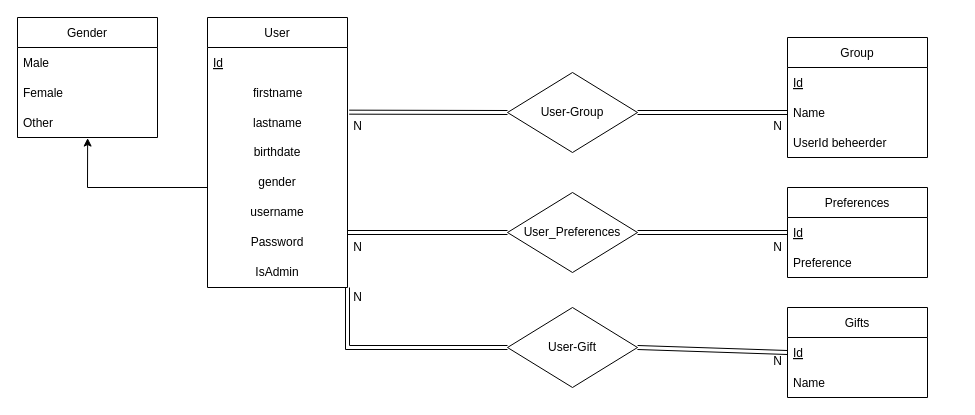
The draw.io diagram diagrams/GiftTracker-databasediagram.drawio in Brentdpw/GiftTracker, before the edit. Source tidied: cells renumbered, new cells numbered last; positions are measured from the earlier drawing's top-left corner, leaving out a move shared by most shapes. Both pictures are drawn from the tidied source at 100%, with x=0, y=0 at pixel (17, 17).
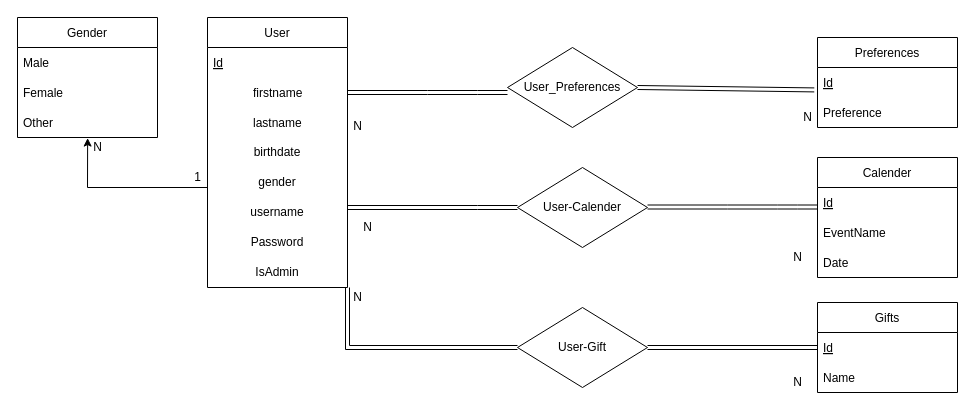
Above is the later version.

Commit message (it also covers changes not shown here):
aanpassing database diagram

The change refers to these unchanged cells:
```xml
<mxCell id="3" value="N" style="text;html=1;align=center;verticalAlign=middle;points=[];strokeColor=none;fillColor=none;" parent="1" vertex="1">
  <mxGeometry x="330" y="99" width="20" height="20" as="geometry" />
</mxCell>
<mxCell id="13" value="            firstname" style="text;strokeColor=none;fillColor=none;align=left;verticalAlign=middle;spacingLeft=4;spacingRight=4;overflow=hidden;points=[[0,0.5],[1,0.5]];portConstraint=eastwest;" parent="11" vertex="1">
  <mxGeometry y="60" width="140" height="30" as="geometry" />
</mxCell>
<mxCell id="19" value="IsAdmin" style="text;html=1;strokeColor=none;fillColor=none;align=center;verticalAlign=middle;whiteSpace=wrap;rounded=0;" parent="11" vertex="1">
  <mxGeometry y="240" width="140" height="30" as="geometry" />
</mxCell>
<mxCell id="30" value="Id" style="text;strokeColor=none;fillColor=none;align=left;verticalAlign=middle;spacingLeft=4;spacingRight=4;overflow=hidden;points=[[0,0.5],[1,0.5]];portConstraint=eastwest;fontStyle=4;" parent="29" vertex="1">
  <mxGeometry y="30" width="140" height="30" as="geometry" />
</mxCell>
```

Diff of the diagram source:
```diff
@@
-    <mxCell id="2" style="endArrow=none;html=1;rounded=0;strokeColor=default;shape=link;entryX=0;entryY=0.5;entryDx=0;entryDy=0;exitX=0.083;exitY=-0.217;exitDx=0;exitDy=0;exitPerimeter=0;" parent="1" edge="1" source="3" target="4">
-      <mxGeometry relative="1" as="geometry" />
-    </mxCell>
@@
-    <mxCell id="4" value="User-Group" style="rhombus;whiteSpace=wrap;html=1;" parent="1" vertex="1">
-      <mxGeometry x="490" y="55" width="130" height="80" as="geometry" />
-    </mxCell>
-    <mxCell id="5" style="endArrow=none;html=1;rounded=0;strokeColor=default;shape=link;entryX=0;entryY=0.5;entryDx=0;entryDy=0;exitX=1;exitY=0.5;exitDx=0;exitDy=0;" parent="1" edge="1" source="4" target="27">
-      <mxGeometry relative="1" as="geometry" />
-    </mxCell>
-    <mxCell id="6" value="N" style="text;html=1;align=center;verticalAlign=middle;strokeColor=none;fillColor=none;" parent="1" vertex="1">
-      <mxGeometry x="750" y="99" width="20" height="20" as="geometry" />
-    </mxCell>
     <mxCell id="7" value="User_Preferences" style="rhombus;whiteSpace=wrap;html=1;" parent="1" vertex="1">
-      <mxGeometry x="490" y="175" width="130" height="80" as="geometry" />
+      <mxGeometry x="490" y="30" width="130" height="80" as="geometry" />
     </mxCell>
-    <mxCell id="8" value="N" style="text;html=1;align=center;verticalAlign=middle;strokeColor=none;fillColor=none;" parent="1" vertex="1">
-      <mxGeometry x="330" y="220" width="20" height="20" as="geometry" />
-    </mxCell>
-    <mxCell id="9" style="endArrow=none;html=1;rounded=0;strokeColor=default;shape=link;entryX=0;entryY=0.5;entryDx=0;entryDy=0;exitX=1;exitY=0.5;exitDx=0;exitDy=0;" parent="1" edge="1" source="7" target="30">
+    <mxCell id="9" style="endArrow=none;html=1;rounded=0;strokeColor=default;shape=link;exitX=1;exitY=0.5;exitDx=0;exitDy=0;entryX=-0.023;entryY=0.747;entryDx=0;entryDy=0;entryPerimeter=0;" parent="1" edge="1" source="7" target="30">
       <mxGeometry relative="1" as="geometry" />
     </mxCell>
     <mxCell id="10" value="N" style="text;html=1;align=center;verticalAlign=middle;strokeColor=none;fillColor=none;" parent="1" vertex="1">
-      <mxGeometry x="750" y="220" width="20" height="20" as="geometry" />
+      <mxGeometry x="780" y="90" width="20" height="20" as="geometry" />
     </mxCell>
@@
-    <mxCell id="25" value="Group" style="swimlane;fontStyle=0;horizontal=1;startSize=30;" parent="1" vertex="1">
-      <mxGeometry x="770" y="20" width="140" height="120" as="geometry" />
-    </mxCell>
-    <mxCell id="26" value="Id" style="text;strokeColor=none;fillColor=none;align=left;verticalAlign=middle;spacingLeft=4;spacingRight=4;overflow=hidden;fontStyle=4;" parent="25" vertex="1">
-      <mxGeometry y="30" width="140" height="30" as="geometry" />
-    </mxCell>
-    <mxCell id="27" value="Name" style="text;strokeColor=none;fillColor=none;align=left;verticalAlign=middle;spacingLeft=4;spacingRight=4;overflow=hidden;points=[[0,0.5],[1,0.5]];portConstraint=eastwest;" parent="25" vertex="1">
-      <mxGeometry y="60" width="140" height="30" as="geometry" />
-    </mxCell>
-    <mxCell id="28" value="UserId beheerder" style="text;strokeColor=none;fillColor=none;align=left;verticalAlign=middle;spacingLeft=4;spacingRight=4;overflow=hidden;" parent="25" vertex="1">
-      <mxGeometry y="90" width="140" height="30" as="geometry" />
-    </mxCell>
     <mxCell id="29" value="Preferences" style="swimlane;fontStyle=0;horizontal=1;startSize=30;" parent="1" vertex="1">
-      <mxGeometry x="770" y="170" width="140" height="90" as="geometry" />
+      <mxGeometry x="800" y="20" width="140" height="90" as="geometry" />
     </mxCell>
@@
-    <mxCell id="32" style="endArrow=none;html=1;rounded=0;shape=link;entryX=0;entryY=0.5;entryDx=0;entryDy=0;" parent="1" edge="1" target="7">
+    <mxCell id="32" style="endArrow=none;html=1;rounded=0;shape=link;exitX=1;exitY=0.5;exitDx=0;exitDy=0;" parent="1" edge="1" source="13">
       <mxGeometry relative="1" as="geometry">
-        <mxPoint x="330" y="215" as="sourcePoint" />
+        <mxPoint x="490" y="75" as="targetPoint" />
+        <Array as="points">
+          <mxPoint x="410" y="75" />
+          <mxPoint x="460" y="75" />
+        </Array>
       </mxGeometry>
     </mxCell>
-    <mxCell id="33" style="endArrow=none;html=1;rounded=0;strokeColor=default;shape=link;entryX=0;entryY=0.5;entryDx=0;entryDy=0;exitX=1;exitY=1;exitDx=0;exitDy=0;" parent="1" edge="1" source="19" target="34">
+    <mxCell id="33" style="endArrow=none;html=1;rounded=0;strokeColor=default;shape=link;exitX=1;exitY=1;exitDx=0;exitDy=0;" parent="1" edge="1" source="19" target="34">
       <mxGeometry relative="1" as="geometry">
         <Array as="points">
           <mxPoint x="330" y="330" />
         </Array>
       </mxGeometry>
     </mxCell>
     <mxCell id="34" value="User-Gift" style="rhombus;whiteSpace=wrap;html=1;" parent="1" vertex="1">
-      <mxGeometry x="490" y="290" width="130" height="80" as="geometry" />
+      <mxGeometry x="500" y="290" width="130" height="80" as="geometry" />
     </mxCell>
@@
     <mxCell id="36" value="N" style="text;html=1;align=center;verticalAlign=middle;strokeColor=none;fillColor=none;" parent="1" vertex="1">
-      <mxGeometry x="750" y="334" width="20" height="20" as="geometry" />
+      <mxGeometry x="770" y="355" width="20" height="20" as="geometry" />
     </mxCell>
     <mxCell id="37" value="Gifts" style="swimlane;fontStyle=0;horizontal=1;startSize=30;" parent="1" vertex="1">
-      <mxGeometry x="770" y="290" width="140" height="90" as="geometry" />
+      <mxGeometry x="800" y="285" width="140" height="90" as="geometry" />
     </mxCell>
@@
+    <mxCell id="41" value="User-Calender" style="rhombus;whiteSpace=wrap;html=1;" parent="1" vertex="1">
+      <mxGeometry x="500" y="150" width="130" height="80" as="geometry" />
+    </mxCell>
+    <mxCell id="42" style="endArrow=none;html=1;rounded=0;shape=link;exitX=1;exitY=0.5;exitDx=0;exitDy=0;" parent="1" edge="1">
+      <mxGeometry relative="1" as="geometry">
+        <mxPoint x="330" y="190" as="sourcePoint" />
+        <mxPoint x="500" y="190" as="targetPoint" />
+        <Array as="points">
+          <mxPoint x="460" y="190" />
+        </Array>
+      </mxGeometry>
+    </mxCell>
+    <mxCell id="43" style="endArrow=none;html=1;rounded=0;shape=link;exitX=1;exitY=0.5;exitDx=0;exitDy=0;" parent="1" edge="1">
+      <mxGeometry relative="1" as="geometry">
+        <mxPoint x="630" y="189.5" as="sourcePoint" />
+        <mxPoint x="800" y="189.5" as="targetPoint" />
+        <Array as="points">
+          <mxPoint x="710" y="189.5" />
+          <mxPoint x="760" y="189.5" />
+          <mxPoint x="780" y="189.5" />
+        </Array>
+      </mxGeometry>
+    </mxCell>
+    <mxCell id="44" value="Calender" style="swimlane;fontStyle=0;horizontal=1;startSize=30;" parent="1" vertex="1">
+      <mxGeometry x="800" y="140" width="140" height="120" as="geometry" />
+    </mxCell>
+    <mxCell id="26" value="Id" style="text;strokeColor=none;fillColor=none;align=left;verticalAlign=middle;spacingLeft=4;spacingRight=4;overflow=hidden;fontStyle=4;" parent="44" vertex="1">
+      <mxGeometry y="30" width="140" height="30" as="geometry" />
+    </mxCell>
+    <mxCell id="45" value="EventName" style="text;strokeColor=none;fillColor=none;align=left;verticalAlign=middle;spacingLeft=4;spacingRight=4;overflow=hidden;" parent="44" vertex="1">
+      <mxGeometry y="60" width="140" height="30" as="geometry" />
+    </mxCell>
+    <mxCell id="46" value="Date" style="text;strokeColor=none;fillColor=none;align=left;verticalAlign=middle;spacingLeft=4;spacingRight=4;overflow=hidden;" parent="44" vertex="1">
+      <mxGeometry y="90" width="140" height="30" as="geometry" />
+    </mxCell>
+    <mxCell id="47" value="N" style="text;html=1;align=center;verticalAlign=middle;strokeColor=none;fillColor=none;" parent="1" vertex="1">
+      <mxGeometry x="770" y="230" width="20" height="20" as="geometry" />
+    </mxCell>
+    <mxCell id="48" value="N" style="text;html=1;align=center;verticalAlign=middle;strokeColor=none;fillColor=none;" parent="1" vertex="1">
+      <mxGeometry x="340" y="200" width="20" height="20" as="geometry" />
+    </mxCell>
+    <mxCell id="49" value="N" style="text;html=1;align=center;verticalAlign=middle;strokeColor=none;fillColor=none;" parent="1" vertex="1">
+      <mxGeometry x="70" y="120" width="20" height="20" as="geometry" />
+    </mxCell>
+    <mxCell id="50" value="1" style="text;html=1;align=center;verticalAlign=middle;strokeColor=none;fillColor=none;" parent="1" vertex="1">
+      <mxGeometry x="170" y="150" width="20" height="20" as="geometry" />
+    </mxCell>
```
